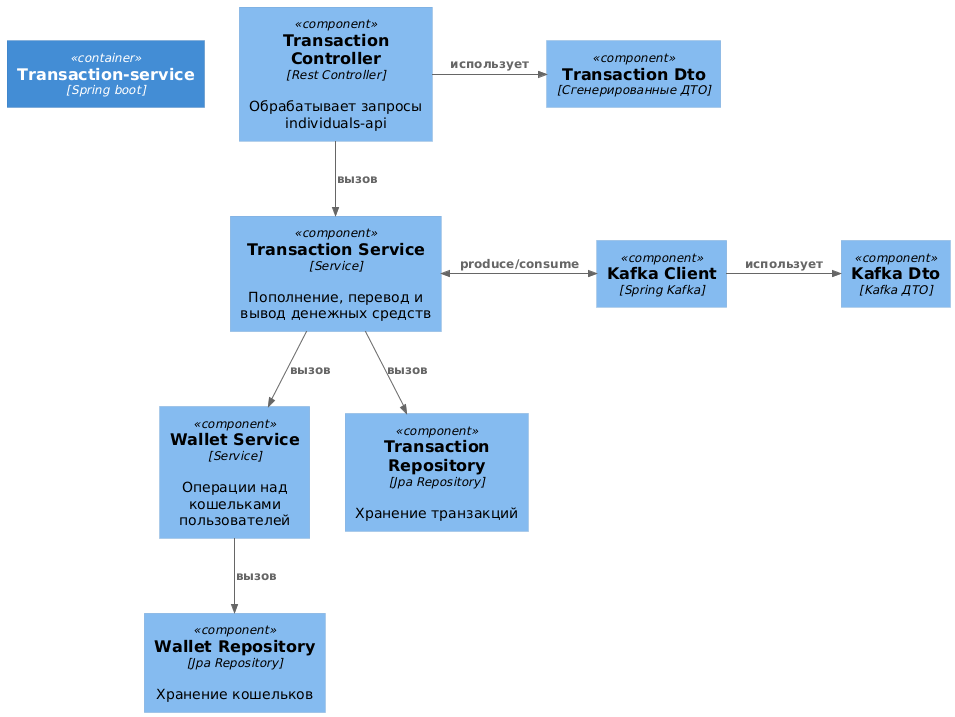
Before: diagram/transaction-service-component.png, a diagram exported from PlantUML (diamam90/payment-system). Its diagram source:
```plantuml
@startuml
!includeurl https://raw.githubusercontent.com/plantuml-stdlib/C4-PlantUML/master/C4_Component.puml

Container(ts,"Transaction-service","Spring boot")

Component(tsController, "Transaction Controller", "Rest Controller", "Обрабатывает запросы individuals-api")
Component(tsService,"Transaction Service","Service","Пополнение, перевод и  вывод денежных средств")
Component(wService, "Wallet Service", "Service", "Операции над кошельками пользователей")
Component(kafka,"Kafka Client","Spring Kafka")

Component(tsRepo, "Transaction Repository","Jpa Repository", "Хранение транзакций")
Component(wRepo, "Wallet Repository", "Jpa Repository","Хранение кошельков")

Component(tsDto, "Transaction Dto", "Сгенерированные ДТО")
Component(kafkaDto, "Kafka Dto", "Kafka ДТО")

Lay_R(ts, tsController)

Rel(tsController, tsService, "вызов")
Rel(tsService, wService, "вызов")

Rel(wService, wRepo, "вызов")
Rel(tsService, tsRepo, "вызов")

Rel_R(kafka, kafkaDto, "использует")
Rel_R(tsController, tsDto, "использует")

BiRel_R(tsService, kafka,"produce/consume")
@enduml
```
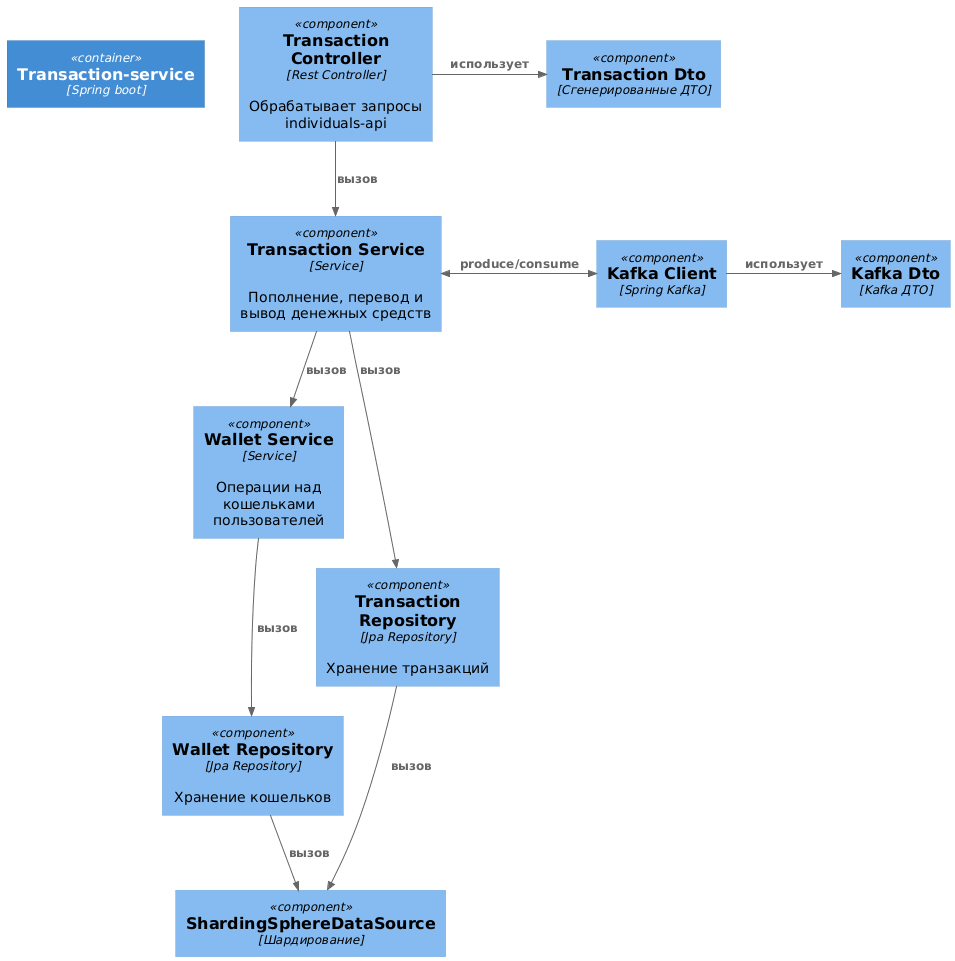
After the commit.

The edit, as a diff of the source:
```diff
@@ -10,17 +10,21 @@
 
 Component(tsRepo, "Transaction Repository","Jpa Repository", "Хранение транзакций")
 Component(wRepo, "Wallet Repository", "Jpa Repository","Хранение кошельков")
+Component(shard,"ShardingSphereDataSource","Шардирование")
 
 Component(tsDto, "Transaction Dto", "Сгенерированные ДТО")
 Component(kafkaDto, "Kafka Dto", "Kafka ДТО")
 
 Lay_R(ts, tsController)
+Lay_D(wRepo, shard)
 
 Rel(tsController, tsService, "вызов")
 Rel(tsService, wService, "вызов")
 
 Rel(wService, wRepo, "вызов")
 Rel(tsService, tsRepo, "вызов")
+Rel(wRepo,shard, "вызов")
+Rel(tsRepo,shard, "вызов")
 
 Rel_R(kafka, kafkaDto, "использует")
 Rel_R(tsController, tsDto, "использует")
```
